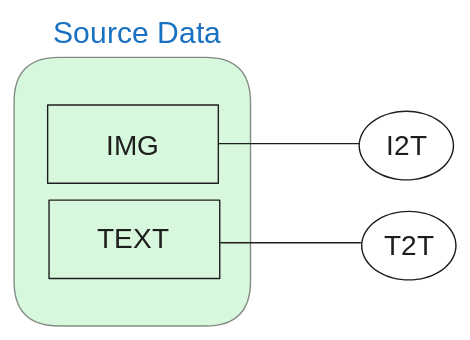
Above: pipeline_arquitectura.excalidraw.svg in hepejaAED/CalorIA (Excalidraw), before the change. Source tidied: one line per element, renumbered; positions are measured from the earlier drawing's top-left corner, leaving out a move shared by most shapes. The source it was exported from:
```json
{"id": 0, "type": "rectangle", "strokeColor": "#1e1e1e", "backgroundColor": "#b2f2bb", "fillStyle": "solid", "strokeWidth": 1, "roughness": 0, "opacity": 50, "round": true, "x": 0, "y": 31, "width": 169, "height": 192}
{"id": 1, "type": "text", "text": "Source Data", "strokeColor": "#1971c2", "strokeWidth": 2, "roughness": 0, "fontSize": 21.6, "fontFamily": 6, "textAlign": "center", "x": 28, "y": 0, "width": 119, "height": 27}
{"id": 2, "type": "rectangle", "strokeColor": "#1e1e1e", "strokeWidth": 1, "roughness": 0, "x": 24, "y": 65, "width": 122, "height": 56}
{"id": 3, "type": "rectangle", "strokeColor": "#1e1e1e", "strokeWidth": 1, "roughness": 0, "x": 25, "y": 133, "width": 122, "height": 56}
{"id": 4, "type": "text", "text": "IMG", "strokeColor": "#1e1e1e", "strokeWidth": 1, "roughness": 0, "fontSize": 20, "fontFamily": 6, "textAlign": "center", "x": 67, "y": 82, "width": 37, "height": 25}
{"id": 5, "type": "text", "text": "TEXT", "strokeColor": "#1e1e1e", "strokeWidth": 1, "roughness": 0, "fontSize": 20, "fontFamily": 6, "textAlign": "center", "x": 61, "y": 148, "width": 49, "height": 25}
{"id": 6, "type": "line", "strokeColor": "#1e1e1e", "strokeWidth": 1, "roughness": 0, "x": 146, "y": 93, "width": 100, "height": 0, "points": [[0, 0], [100, 0]]}
{"id": 7, "type": "line", "strokeColor": "#1e1e1e", "strokeWidth": 1, "roughness": 0, "x": 148, "y": 164, "width": 100, "height": 0, "points": [[0, 0], [100, 0]]}
{"id": 8, "type": "ellipse", "strokeColor": "#1e1e1e", "strokeWidth": 1, "roughness": 0, "x": 247, "y": 70, "width": 67, "height": 49}
{"id": 9, "type": "text", "text": "I2T", "strokeColor": "#1e1e1e", "strokeWidth": 1, "roughness": 0, "fontSize": 20, "fontFamily": 6, "textAlign": "center", "verticalAlign": "middle", "inside": 8, "x": 267, "y": 82, "width": 27, "height": 25}
{"id": 10, "type": "ellipse", "strokeColor": "#1e1e1e", "strokeWidth": 1, "roughness": 0, "x": 248, "y": 141, "width": 67, "height": 49}
{"id": 11, "type": "text", "text": "T2T", "strokeColor": "#1e1e1e", "strokeWidth": 1, "roughness": 0, "fontSize": 20, "fontFamily": 6, "textAlign": "center", "verticalAlign": "middle", "inside": 10, "x": 266, "y": 153, "width": 32, "height": 25}
```
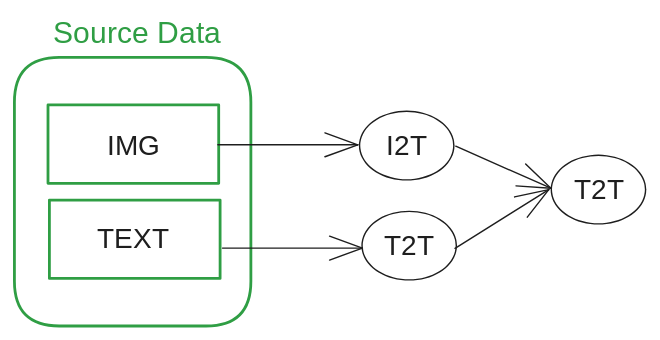
After the commit.

Change to the diagram source:
```diff
@@ -1,12 +1,16 @@
-{"id": 0, "type": "rectangle", "strokeColor": "#1e1e1e", "backgroundColor": "#b2f2bb", "fillStyle": "solid", "strokeWidth": 1, "roughness": 0, "opacity": 50, "round": true, "x": 0, "y": 31, "width": 169, "height": 192}
+{"id": 0, "type": "rectangle", "strokeColor": "#2f9e44", "strokeWidth": 2, "roughness": 0, "round": true, "x": 0, "y": 31, "width": 169, "height": 192}
-{"id": 1, "type": "text", "text": "Source Data", "strokeColor": "#1971c2", "strokeWidth": 2, "roughness": 0, "fontSize": 21.6, "fontFamily": 6, "textAlign": "center", "x": 28, "y": 0, "width": 119, "height": 27}
+{"id": 1, "type": "text", "text": "Source Data", "strokeColor": "#2f9e44", "strokeWidth": 2, "roughness": 0, "fontSize": 21.6, "fontFamily": 6, "textAlign": "center", "x": 28, "y": 0, "width": 119, "height": 27}
-{"id": 2, "type": "rectangle", "strokeColor": "#1e1e1e", "strokeWidth": 1, "roughness": 0, "x": 24, "y": 65, "width": 122, "height": 56}
+{"id": 2, "type": "rectangle", "strokeColor": "#2f9e44", "strokeWidth": 2, "roughness": 0, "x": 24, "y": 65, "width": 122, "height": 56}
-{"id": 3, "type": "rectangle", "strokeColor": "#1e1e1e", "strokeWidth": 1, "roughness": 0, "x": 25, "y": 133, "width": 122, "height": 56}
+{"id": 3, "type": "rectangle", "strokeColor": "#2f9e44", "strokeWidth": 2, "roughness": 0, "x": 25, "y": 133, "width": 122, "height": 56}
 {"id": 4, "type": "text", "text": "IMG", "strokeColor": "#1e1e1e", "strokeWidth": 1, "roughness": 0, "fontSize": 20, "fontFamily": 6, "textAlign": "center", "x": 67, "y": 82, "width": 37, "height": 25}
 {"id": 5, "type": "text", "text": "TEXT", "strokeColor": "#1e1e1e", "strokeWidth": 1, "roughness": 0, "fontSize": 20, "fontFamily": 6, "textAlign": "center", "x": 61, "y": 148, "width": 49, "height": 25}
-{"id": 6, "type": "line", "strokeColor": "#1e1e1e", "strokeWidth": 1, "roughness": 0, "x": 146, "y": 93, "width": 100, "height": 0, "points": [[0, 0], [100, 0]]}
-{"id": 7, "type": "line", "strokeColor": "#1e1e1e", "strokeWidth": 1, "roughness": 0, "x": 148, "y": 164, "width": 100, "height": 0, "points": [[0, 0], [100, 0]]}
 {"id": 8, "type": "ellipse", "strokeColor": "#1e1e1e", "strokeWidth": 1, "roughness": 0, "x": 247, "y": 70, "width": 67, "height": 49}
-{"id": 9, "type": "text", "text": "I2T", "strokeColor": "#1e1e1e", "strokeWidth": 1, "roughness": 0, "fontSize": 20, "fontFamily": 6, "textAlign": "center", "verticalAlign": "middle", "inside": 8, "x": 267, "y": 82, "width": 27, "height": 25}
+{"id": 9, "type": "text", "text": "I2T", "strokeColor": "#1e1e1e", "strokeWidth": 1, "roughness": 0, "fontSize": 20, "fontFamily": 6, "textAlign": "center", "verticalAlign": "middle", "inside": 8, "x": 266, "y": 82, "width": 29, "height": 25}
 {"id": 10, "type": "ellipse", "strokeColor": "#1e1e1e", "strokeWidth": 1, "roughness": 0, "x": 248, "y": 141, "width": 67, "height": 49}
 {"id": 11, "type": "text", "text": "T2T", "strokeColor": "#1e1e1e", "strokeWidth": 1, "roughness": 0, "fontSize": 20, "fontFamily": 6, "textAlign": "center", "verticalAlign": "middle", "inside": 10, "x": 266, "y": 153, "width": 32, "height": 25}
+{"id": 12, "type": "arrow", "strokeColor": "#1e1e1e", "strokeWidth": 1, "roughness": 0, "endArrowhead": "arrow", "from": 2, "to": 8, "x": 145, "y": 94, "width": 100, "height": 0, "points": [[0, 0], [100, 0]]}
+{"id": 13, "type": "arrow", "strokeColor": "#1e1e1e", "strokeWidth": 1, "roughness": 0, "endArrowhead": "arrow", "x": 149, "y": 167, "width": 100, "height": 0, "points": [[0, 0], [100, 0]]}
+{"id": 14, "type": "arrow", "strokeColor": "#1e1e1e", "strokeWidth": 1, "roughness": 0, "endArrowhead": "arrow", "from": 8, "to": 15, "x": 315, "y": 94, "width": 68, "height": 30, "points": [[0, 0], [68, 30]]}
+{"id": 15, "type": "ellipse", "strokeColor": "#1e1e1e", "strokeWidth": 1, "roughness": 0, "x": 384, "y": 101, "width": 67, "height": 49}
+{"id": 16, "type": "text", "text": "T2T", "strokeColor": "#1e1e1e", "strokeWidth": 1, "roughness": 0, "fontSize": 20, "fontFamily": 6, "textAlign": "center", "verticalAlign": "middle", "inside": 15, "x": 399, "y": 113, "width": 36, "height": 25}
+{"id": 17, "type": "arrow", "strokeColor": "#1e1e1e", "strokeWidth": 1, "roughness": 0, "endArrowhead": "arrow", "from": 10, "to": 15, "x": 315, "y": 168, "width": 67, "height": 42, "points": [[0, 0], [67, -42]]}
```
